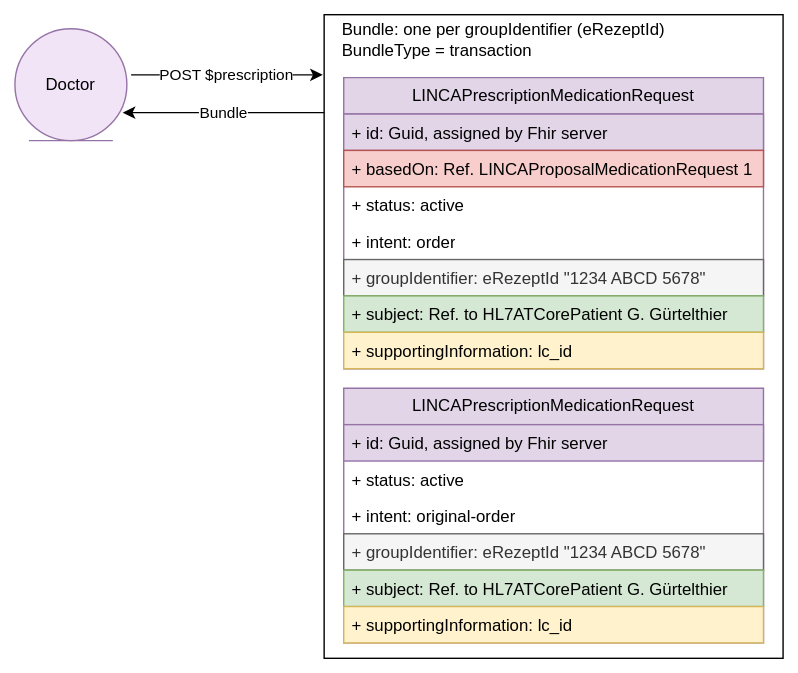
Above: r5-LinkedCare-dev/UserStory_013_diagram.svg in HL7Austria/hl7austria.github.io (draw.io), before the change. Source tidied: cells renumbered, new cells last; positions are measured from the earlier drawing's top-left corner, leaving out a move shared by most shapes.
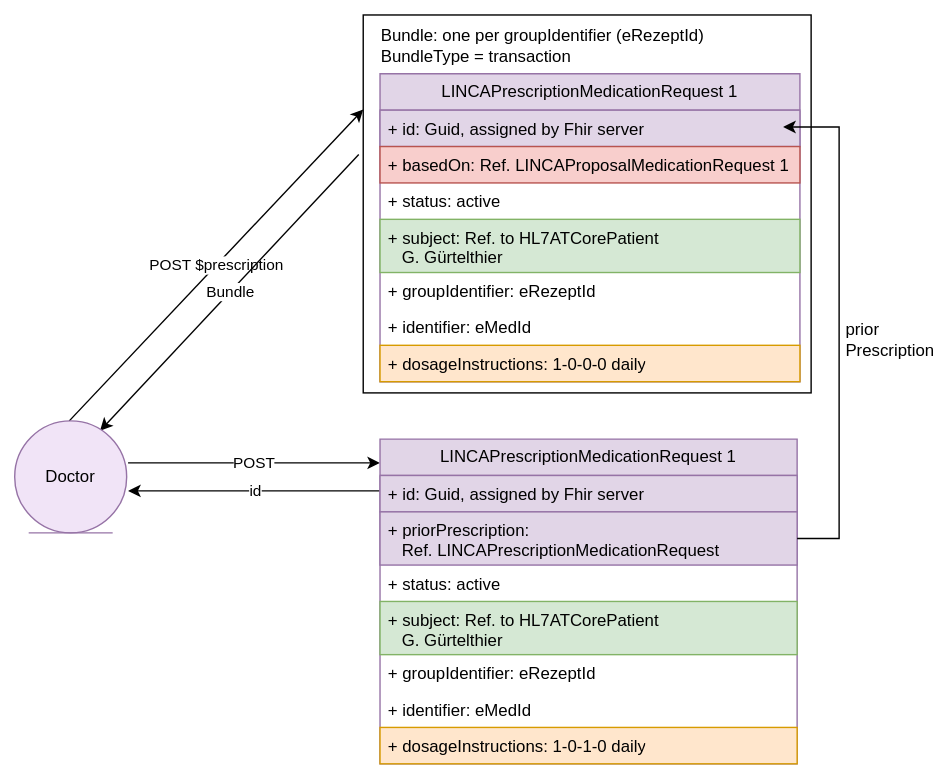
Later version of the same file.

Diff of the diagram source:
```diff
@@ -2,11 +2,17 @@
   <root>
     <mxCell id="0" />
     <mxCell id="1" parent="0" />
-    <mxCell id="2" style="rounded=0;whiteSpace=wrap;html=1;" parent="1" vertex="1">
-      <mxGeometry x="221" width="328" height="460" as="geometry" />
-    </mxCell>
+    <mxCell id="22" style="rounded=0;whiteSpace=wrap;html=1;" parent="1" vertex="1">
+      <mxGeometry x="210" y="-20" width="320" height="270" as="geometry" />
+    </mxCell>
+    <mxCell id="23" value="POST" style="endArrow=classic;html=1;rounded=0;" parent="1" edge="1">
+      <mxGeometry relative="1" as="geometry">
+        <mxPoint x="42" y="300" as="sourcePoint" />
+        <mxPoint x="222" y="300" as="targetPoint" />
+      </mxGeometry>
+    </mxCell>
-    <mxCell id="3" value="LINCAPrescriptionMedicationRequest" style="swimlane;fontStyle=0;horizontal=1;startSize=26;fillColor=#e1d5e7;whiteSpace=wrap;html=1;strokeColor=#9673a6;" parent="1" vertex="1">
-      <mxGeometry x="235" y="45" width="300" height="208" as="geometry" />
+    <mxCell id="3" value="LINCAPrescriptionMedicationRequest 1" style="swimlane;fontStyle=0;horizontal=1;startSize=26;fillColor=#e1d5e7;whiteSpace=wrap;html=1;strokeColor=#9673a6;" parent="1" vertex="1">
+      <mxGeometry x="222" y="22" width="300" height="220" as="geometry" />
     </mxCell>
     <mxCell id="4" value="+ id: Guid, assigned by Fhir server" style="text;strokeColor=#9673a6;fillColor=#e1d5e7;align=left;verticalAlign=top;spacingLeft=4;spacingRight=4;overflow=hidden;whiteSpace=wrap;html=1;" parent="3" vertex="1">
       <mxGeometry y="26" width="300" height="26" as="geometry" />
@@ -17,54 +23,75 @@
     <mxCell id="6" value="+ status: active" style="text;align=left;verticalAlign=top;spacingLeft=4;spacingRight=4;overflow=hidden;whiteSpace=wrap;html=1;" parent="3" vertex="1">
       <mxGeometry y="78" width="300" height="26" as="geometry" />
     </mxCell>
+    <mxCell id="24" value="+ subject: Ref. to HL7ATCorePatient&amp;nbsp; &lt;br&gt;&amp;nbsp; &amp;nbsp;G. Gürtelthier" style="text;strokeColor=#82b366;fillColor=#d5e8d4;align=left;verticalAlign=top;spacingLeft=4;spacingRight=4;overflow=hidden;whiteSpace=wrap;html=1;" parent="3" vertex="1">
+      <mxGeometry y="104" width="300" height="38" as="geometry" />
+    </mxCell>
-    <mxCell id="7" value="+ intent: order" style="text;align=left;verticalAlign=top;spacingLeft=4;spacingRight=4;overflow=hidden;whiteSpace=wrap;html=1;" parent="3" vertex="1">
-      <mxGeometry y="104" width="300" height="26" as="geometry" />
+    <mxCell id="7" value="+ groupIdentifier: eRezeptId" style="text;align=left;verticalAlign=top;spacingLeft=4;spacingRight=4;overflow=hidden;whiteSpace=wrap;html=1;" parent="3" vertex="1">
+      <mxGeometry y="142" width="300" height="26" as="geometry" />
     </mxCell>
-    <mxCell id="8" value="+ groupIdentifier: eRezeptId &quot;1234 ABCD 5678&quot;" style="text;align=left;verticalAlign=top;spacingLeft=4;spacingRight=4;overflow=hidden;whiteSpace=wrap;html=1;fillColor=#f5f5f5;fontColor=#333333;strokeColor=#666666;" parent="3" vertex="1">
-      <mxGeometry y="130" width="300" height="26" as="geometry" />
-    </mxCell>
-    <mxCell id="9" value="+ subject: Ref. to HL7ATCorePatient G. Gürtelthier" style="text;strokeColor=#82b366;fillColor=#d5e8d4;align=left;verticalAlign=top;spacingLeft=4;spacingRight=4;overflow=hidden;whiteSpace=wrap;html=1;" parent="3" vertex="1">
-      <mxGeometry y="156" width="300" height="26" as="geometry" />
-    </mxCell>
-    <mxCell id="10" value="+ supportingInformation: lc_id" style="text;align=left;verticalAlign=top;spacingLeft=4;spacingRight=4;overflow=hidden;whiteSpace=wrap;html=1;fillColor=#fff2cc;strokeColor=#d6b656;" parent="3" vertex="1">
-      <mxGeometry y="182" width="300" height="26" as="geometry" />
+    <mxCell id="10" value="+ identifier: eMedId" style="text;align=left;verticalAlign=top;spacingLeft=4;spacingRight=4;overflow=hidden;whiteSpace=wrap;html=1;" parent="3" vertex="1">
+      <mxGeometry y="168" width="300" height="26" as="geometry" />
     </mxCell>
+    <mxCell id="25" value="+ dosageInstructions: 1-0-0-0 daily" style="text;align=left;verticalAlign=top;spacingLeft=4;spacingRight=4;overflow=hidden;whiteSpace=wrap;html=1;fillColor=#ffe6cc;strokeColor=#d79b00;" parent="3" vertex="1">
+      <mxGeometry y="194" width="300" height="26" as="geometry" />
+    </mxCell>
+    <mxCell id="26" value="id" style="endArrow=classic;html=1;rounded=0;exitX=0;exitY=0.5;exitDx=0;exitDy=0;" parent="1" edge="1">
+      <mxGeometry relative="1" as="geometry">
+        <mxPoint x="225" y="320" as="sourcePoint" />
+        <mxPoint x="42" y="320" as="targetPoint" />
+      </mxGeometry>
+    </mxCell>
-    <mxCell id="11" value="LINCAPrescriptionMedicationRequest" style="swimlane;fontStyle=0;horizontal=1;startSize=26;fillColor=#e1d5e7;whiteSpace=wrap;html=1;strokeColor=#9673a6;" parent="1" vertex="1">
-      <mxGeometry x="235" y="267" width="300" height="182" as="geometry" />
+    <mxCell id="11" value="LINCAPrescriptionMedicationRequest 1" style="swimlane;fontStyle=0;horizontal=1;startSize=26;fillColor=#e1d5e7;whiteSpace=wrap;html=1;strokeColor=#9673a6;" parent="1" vertex="1">
+      <mxGeometry x="222" y="283" width="298" height="232" as="geometry" />
     </mxCell>
     <mxCell id="12" value="+ id: Guid, assigned by Fhir server" style="text;strokeColor=#9673a6;fillColor=#e1d5e7;align=left;verticalAlign=top;spacingLeft=4;spacingRight=4;overflow=hidden;whiteSpace=wrap;html=1;" parent="11" vertex="1">
-      <mxGeometry y="26" width="300" height="26" as="geometry" />
+      <mxGeometry y="26" width="298" height="26" as="geometry" />
     </mxCell>
+    <mxCell id="27" value="+ priorPrescription: &lt;br&gt;&amp;nbsp; &amp;nbsp;Ref. LINCAPrescriptionMedicationRequest" style="text;strokeColor=#9673a6;fillColor=#e1d5e7;align=left;verticalAlign=top;spacingLeft=4;spacingRight=4;overflow=hidden;points=[[0,0.5],[1,0.5]];portConstraint=eastwest;whiteSpace=wrap;html=1;" parent="11" vertex="1">
+      <mxGeometry y="52" width="298" height="38" as="geometry" />
+    </mxCell>
     <mxCell id="13" value="+ status: active" style="text;align=left;verticalAlign=top;spacingLeft=4;spacingRight=4;overflow=hidden;whiteSpace=wrap;html=1;" parent="11" vertex="1">
-      <mxGeometry y="52" width="300" height="26" as="geometry" />
+      <mxGeometry y="90" width="298" height="26" as="geometry" />
     </mxCell>
+    <mxCell id="28" value="+ subject: Ref. to HL7ATCorePatient&amp;nbsp; &lt;br&gt;&amp;nbsp; &amp;nbsp;G. Gürtelthier" style="text;strokeColor=#82b366;fillColor=#d5e8d4;align=left;verticalAlign=top;spacingLeft=4;spacingRight=4;overflow=hidden;whiteSpace=wrap;html=1;" parent="11" vertex="1">
+      <mxGeometry y="116" width="298" height="38" as="geometry" />
+    </mxCell>
-    <mxCell id="14" value="+ intent: original-order" style="text;align=left;verticalAlign=top;spacingLeft=4;spacingRight=4;overflow=hidden;whiteSpace=wrap;html=1;" parent="11" vertex="1">
-      <mxGeometry y="78" width="300" height="26" as="geometry" />
+    <mxCell id="14" value="+ groupIdentifier: eRezeptId" style="text;align=left;verticalAlign=top;spacingLeft=4;spacingRight=4;overflow=hidden;whiteSpace=wrap;html=1;" parent="11" vertex="1">
+      <mxGeometry y="154" width="298" height="26" as="geometry" />
     </mxCell>
-    <mxCell id="15" value="+ groupIdentifier: eRezeptId &quot;1234 ABCD 5678&quot;" style="text;align=left;verticalAlign=top;spacingLeft=4;spacingRight=4;overflow=hidden;whiteSpace=wrap;html=1;fillColor=#f5f5f5;fontColor=#333333;strokeColor=#666666;" parent="11" vertex="1">
-      <mxGeometry y="104" width="300" height="26" as="geometry" />
-    </mxCell>
-    <mxCell id="16" value="+ subject: Ref. to HL7ATCorePatient G. Gürtelthier" style="text;strokeColor=#82b366;fillColor=#d5e8d4;align=left;verticalAlign=top;spacingLeft=4;spacingRight=4;overflow=hidden;whiteSpace=wrap;html=1;" parent="11" vertex="1">
-      <mxGeometry y="130" width="300" height="26" as="geometry" />
-    </mxCell>
-    <mxCell id="17" value="+ supportingInformation: lc_id" style="text;align=left;verticalAlign=top;spacingLeft=4;spacingRight=4;overflow=hidden;whiteSpace=wrap;html=1;fillColor=#fff2cc;strokeColor=#d6b656;" parent="11" vertex="1">
-      <mxGeometry y="156" width="300" height="26" as="geometry" />
+    <mxCell id="17" value="+ identifier: eMedId" style="text;align=left;verticalAlign=top;spacingLeft=4;spacingRight=4;overflow=hidden;whiteSpace=wrap;html=1;" parent="11" vertex="1">
+      <mxGeometry y="180" width="298" height="26" as="geometry" />
     </mxCell>
+    <mxCell id="29" value="+ dosageInstructions: 1-0-1-0 daily" style="text;align=left;verticalAlign=top;spacingLeft=4;spacingRight=4;overflow=hidden;whiteSpace=wrap;html=1;fillColor=#ffe6cc;strokeColor=#d79b00;" parent="11" vertex="1">
+      <mxGeometry y="206" width="298" height="26" as="geometry" />
+    </mxCell>
+    <mxCell id="30" style="endArrow=classic;html=1;rounded=0;exitX=1;exitY=0.5;exitDx=0;exitDy=0;" parent="1" edge="1" source="27">
+      <mxGeometry relative="1" as="geometry">
+        <mxPoint x="510" y="60" as="targetPoint" />
+        <Array as="points">
+          <mxPoint x="550" y="354" />
+          <mxPoint x="550" y="60" />
+        </Array>
+      </mxGeometry>
+    </mxCell>
+    <mxCell id="31" value="prior&lt;br&gt;Prescription" style="text;html=1;strokeColor=none;fillColor=none;align=left;verticalAlign=left;whiteSpace=wrap;rounded=0;" parent="1" vertex="1">
+      <mxGeometry x="553" y="190" width="60" height="30" as="geometry" />
+    </mxCell>
-    <mxCell id="18" value="POST $prescription" style="endArrow=classic;html=1;rounded=0;exitX=1.038;exitY=0.413;exitDx=0;exitDy=0;exitPerimeter=0;" parent="1" edge="1" source="20">
-      <mxGeometry x="-0.01" relative="1" as="geometry">
-        <mxPoint x="220" y="43" as="targetPoint" />
+    <mxCell id="18" value="POST $prescription" style="endArrow=classic;html=1;rounded=0;entryX=0;entryY=0.25;entryDx=0;entryDy=0;" parent="1" edge="1" target="22">
+      <mxGeometry relative="1" as="geometry">
+        <mxPoint y="270" as="sourcePoint" />
       </mxGeometry>
     </mxCell>
-    <mxCell id="19" value="Bundle" style="endArrow=classic;html=1;rounded=0;entryX=0.963;entryY=0.75;entryDx=0;entryDy=0;entryPerimeter=0;" parent="1" edge="1" target="20">
+    <mxCell id="19" value="Bundle" style="endArrow=classic;html=1;rounded=0;exitX=-0.01;exitY=0.369;exitDx=0;exitDy=0;exitPerimeter=0;" parent="1" edge="1" source="22">
       <mxGeometry relative="1" as="geometry">
-        <mxPoint x="221" y="70" as="sourcePoint" />
+        <mxPoint x="22" y="277" as="targetPoint" />
       </mxGeometry>
     </mxCell>
     <mxCell id="20" value="Doctor" style="ellipse;shape=umlEntity;whiteSpace=wrap;html=1;fillColor=#F1E4F7;strokeColor=#9673a6;" parent="1" vertex="1">
-      <mxGeometry y="10" width="80" height="80" as="geometry" />
+      <mxGeometry x="-39" y="270" width="80" height="80" as="geometry" />
     </mxCell>
     <mxCell id="21" value="Bundle: one per groupIdentifier (eRezeptId)&lt;br&gt;BundleType = transaction" style="text;html=1;strokeColor=none;fillColor=none;align=left;verticalAlign=middle;whiteSpace=wrap;rounded=0;" parent="1" vertex="1">
-      <mxGeometry x="232" y="3" width="249" height="30" as="geometry" />
+      <mxGeometry x="221" y="-13" width="249" height="30" as="geometry" />
     </mxCell>
   </root>
 </mxGraphModel>
```
